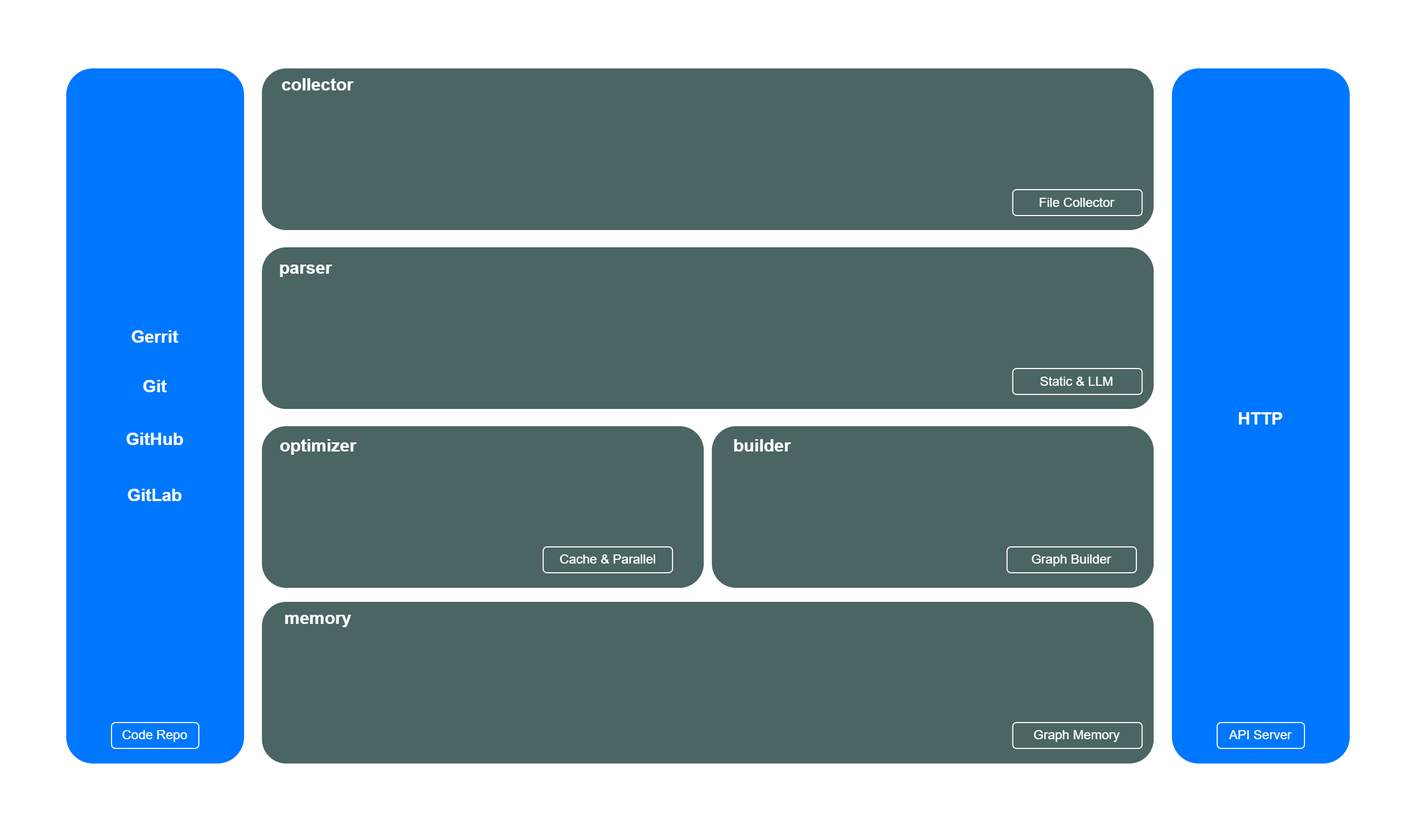
Before: arch.png, a diagram exported from draw.io (ai-flowx/vecx). Source tidied: cells renumbered, new cells last; positions are measured from the earlier drawing's top-left corner, leaving out a move shared by most shapes.
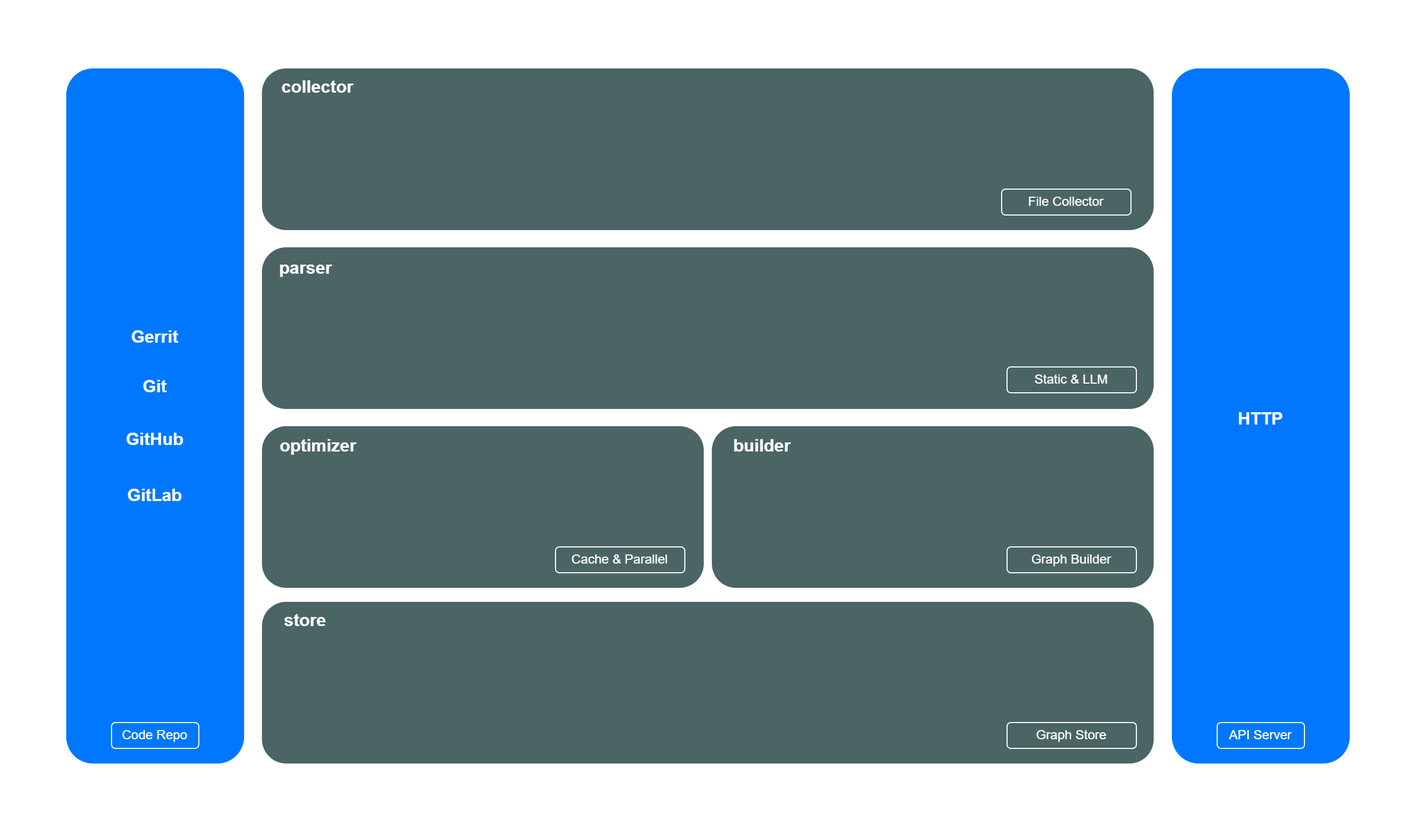
Later version of the same file.

The edit, as a diff of the source:
```diff
@@ -18,10 +18,10 @@
       <mxGeometry x="242.6" y="63" width="827.5" height="150" as="geometry" />
     </mxCell>
     <mxCell id="7" value="&lt;b style=&quot;font-size: 16px;&quot;&gt;collector&lt;/b&gt;" style="text;html=1;strokeColor=none;fillColor=none;align=center;verticalAlign=middle;whiteSpace=wrap;rounded=0;fontSize=16;fontColor=#FFFFFF;" parent="1" vertex="1">
-      <mxGeometry x="253.6" y="63" width="81.5" height="30" as="geometry" />
+      <mxGeometry x="253.6" y="65" width="81.5" height="30" as="geometry" />
     </mxCell>
     <mxCell id="8" value="&lt;span&gt;File Collector&lt;/span&gt;" style="text;html=1;strokeColor=#FFFFFF;fillColor=none;align=center;verticalAlign=middle;whiteSpace=wrap;rounded=1;fontStyle=0;fontColor=#FFFFFF;" parent="1" vertex="1">
-      <mxGeometry x="939.3" y="175.5" width="120" height="24" as="geometry" />
+      <mxGeometry x="929" y="175" width="120" height="24" as="geometry" />
     </mxCell>
     <mxCell id="9" style="rounded=1;whiteSpace=wrap;html=1;fillColor=#4B6464;strokeColor=none;" parent="1" vertex="1">
       <mxGeometry x="242.6" y="395" width="410" height="150" as="geometry" />
@@ -30,7 +30,7 @@
       <mxGeometry x="242.6" y="398" width="103.6" height="30" as="geometry" />
     </mxCell>
     <mxCell id="11" value="Cache &amp;amp; Parallel" style="text;html=1;strokeColor=#FFFFFF;fillColor=none;align=center;verticalAlign=middle;whiteSpace=wrap;rounded=1;fontStyle=0;fontColor=#FFFFFF;" parent="1" vertex="1">
-      <mxGeometry x="503.6" y="507" width="120" height="24" as="geometry" />
+      <mxGeometry x="515" y="507" width="120" height="24" as="geometry" />
     </mxCell>
     <mxCell id="12" style="rounded=1;whiteSpace=wrap;html=1;fillColor=#0077FF;strokeColor=none;" parent="1" vertex="1">
       <mxGeometry x="61" y="63" width="165" height="645" as="geometry" />
@@ -53,11 +53,11 @@
     <mxCell id="18" style="rounded=1;whiteSpace=wrap;html=1;fillColor=#4B6464;strokeColor=none;" parent="1" vertex="1">
       <mxGeometry x="242.6" y="558" width="827.5" height="150" as="geometry" />
     </mxCell>
-    <mxCell id="19" value="&lt;b&gt;memory&lt;/b&gt;" style="text;html=1;strokeColor=none;fillColor=none;align=center;verticalAlign=middle;whiteSpace=wrap;rounded=0;fontSize=16;fontColor=#FFFFFF;" parent="1" vertex="1">
-      <mxGeometry x="255.5" y="558" width="77.8" height="30" as="geometry" />
+    <mxCell id="19" value="&lt;b&gt;store&lt;/b&gt;" style="text;html=1;strokeColor=none;fillColor=none;align=center;verticalAlign=middle;whiteSpace=wrap;rounded=0;fontSize=16;fontColor=#FFFFFF;" parent="1" vertex="1">
+      <mxGeometry x="253.6" y="560" width="58.4" height="30" as="geometry" />
     </mxCell>
-    <mxCell id="20" value="&lt;span&gt;Graph Memory&lt;/span&gt;" style="text;html=1;strokeColor=#FFFFFF;fillColor=none;align=center;verticalAlign=middle;whiteSpace=wrap;rounded=1;fontStyle=0;fontColor=#FFFFFF;" parent="1" vertex="1">
-      <mxGeometry x="939.3" y="670" width="120" height="24" as="geometry" />
+    <mxCell id="20" value="&lt;span&gt;Graph Store&lt;/span&gt;" style="text;html=1;strokeColor=#FFFFFF;fillColor=none;align=center;verticalAlign=middle;whiteSpace=wrap;rounded=1;fontStyle=0;fontColor=#FFFFFF;" parent="1" vertex="1">
+      <mxGeometry x="934" y="670" width="120" height="24" as="geometry" />
     </mxCell>
     <mxCell id="21" style="rounded=1;whiteSpace=wrap;html=1;fillColor=#4B6464;strokeColor=none;" parent="1" vertex="1">
       <mxGeometry x="242.6" y="229" width="827.5" height="150" as="geometry" />
@@ -66,7 +66,7 @@
       <mxGeometry x="242.6" y="233" width="81.5" height="30" as="geometry" />
     </mxCell>
     <mxCell id="23" value="&lt;span&gt;Static &amp;amp; LLM&lt;/span&gt;" style="text;html=1;strokeColor=#FFFFFF;fillColor=none;align=center;verticalAlign=middle;whiteSpace=wrap;rounded=1;fontStyle=0;fontColor=#FFFFFF;" parent="1" vertex="1">
-      <mxGeometry x="939.3" y="341.5" width="120" height="24" as="geometry" />
+      <mxGeometry x="934" y="340" width="120" height="24" as="geometry" />
     </mxCell>
     <mxCell id="24" style="rounded=1;whiteSpace=wrap;html=1;fillColor=#0077FF;strokeColor=none;" parent="1" vertex="1">
       <mxGeometry x="1087" y="63" width="165" height="645" as="geometry" />
```
